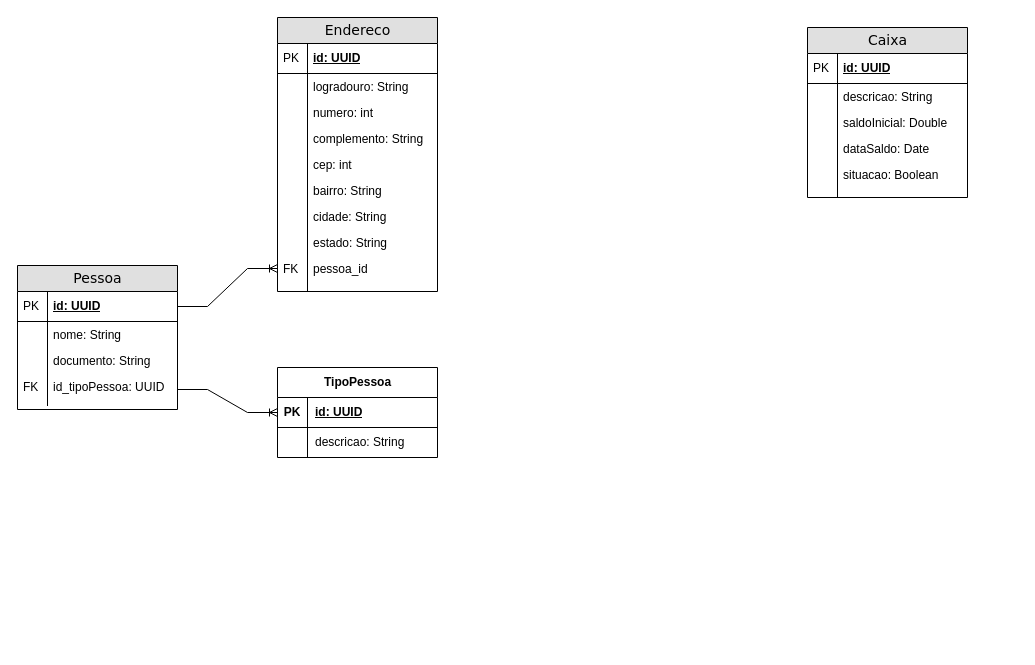
jeform/my-budget keeps this draw.io diagram as Diagrama sem nome.drawio. Above is the earlier version. Source tidied: cells renumbered, new cells numbered last; positions are measured from the earlier drawing's top-left corner, leaving out a move shared by most shapes. Both pictures are drawn from the tidied source at 100%, with x=0, y=0 at pixel (17, 17).
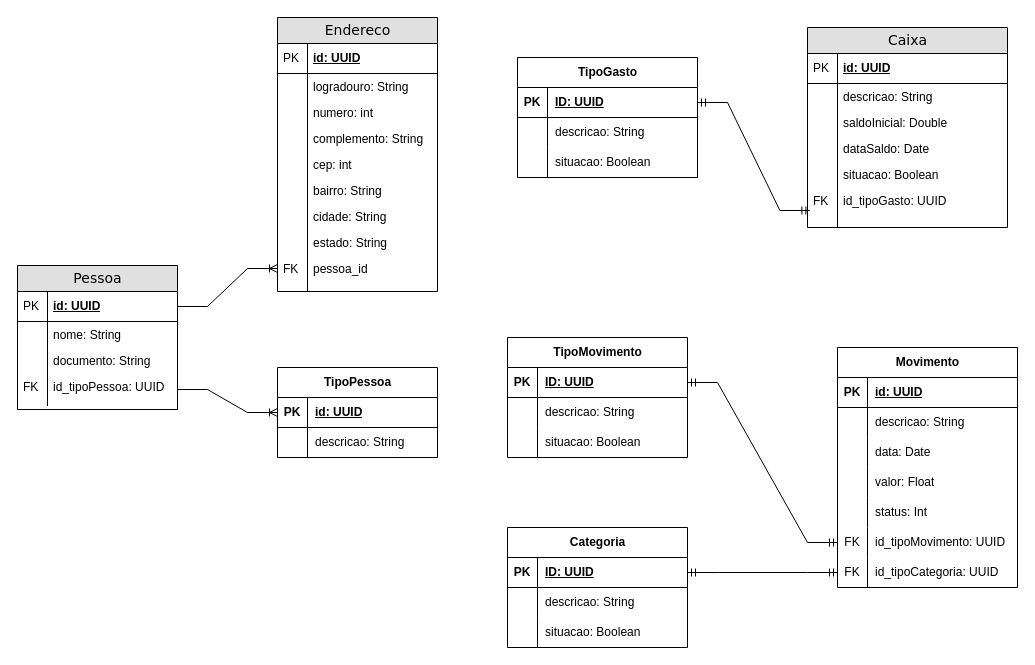
After the change.

What changed in the source:
```diff
@@
     <mxCell id="32" value="Caixa" style="swimlane;html=1;fontStyle=0;horizontal=1;startSize=26;fillColor=#e0e0e0;swimlaneFillColor=#ffffff;align=center;rounded=0;shadow=0;comic=0;labelBackgroundColor=none;strokeWidth=1;fontFamily=Verdana;fontSize=14;" parent="1" vertex="1">
-      <mxGeometry x="790" y="10" width="160" height="170" as="geometry" />
+      <mxGeometry x="790" y="10" width="200" height="200" as="geometry" />
     </mxCell>
     <mxCell id="33" value="id: UUID" style="shape=partialRectangle;top=0;left=0;right=0;bottom=1;html=1;align=left;verticalAlign=middle;fillColor=none;spacingLeft=34;spacingRight=4;whiteSpace=wrap;overflow=hidden;fontStyle=5;" parent="32" vertex="1">
-      <mxGeometry y="26" width="160" height="30" as="geometry" />
+      <mxGeometry y="26" width="200" height="30" as="geometry" />
     </mxCell>
@@
     <mxCell id="35" value="descricao: String" style="shape=partialRectangle;top=0;left=0;right=0;bottom=0;html=1;align=left;verticalAlign=top;fillColor=none;spacingLeft=34;spacingRight=4;whiteSpace=wrap;overflow=hidden;" parent="32" vertex="1">
-      <mxGeometry y="56" width="160" height="26" as="geometry" />
+      <mxGeometry y="56" width="200" height="26" as="geometry" />
     </mxCell>
@@
     <mxCell id="37" value="saldoInicial: Double" style="shape=partialRectangle;top=0;left=0;right=0;bottom=0;html=1;align=left;verticalAlign=top;fillColor=none;spacingLeft=34;spacingRight=4;whiteSpace=wrap;overflow=hidden;" parent="32" vertex="1">
-      <mxGeometry y="82" width="160" height="26" as="geometry" />
+      <mxGeometry y="82" width="200" height="26" as="geometry" />
     </mxCell>
@@
     <mxCell id="39" value="dataSaldo: Date" style="shape=partialRectangle;top=0;left=0;right=0;bottom=0;html=1;align=left;verticalAlign=top;fillColor=none;spacingLeft=34;spacingRight=4;whiteSpace=wrap;overflow=hidden;" parent="32" vertex="1">
-      <mxGeometry y="108" width="160" height="26" as="geometry" />
+      <mxGeometry y="108" width="200" height="26" as="geometry" />
     </mxCell>
@@
     <mxCell id="41" value="situacao: Boolean" style="shape=partialRectangle;top=0;left=0;right=0;bottom=0;html=1;align=left;verticalAlign=top;fillColor=none;spacingLeft=34;spacingRight=4;whiteSpace=wrap;overflow=hidden;" parent="32" vertex="1">
-      <mxGeometry y="134" width="160" height="26" as="geometry" />
+      <mxGeometry y="134" width="200" height="26" as="geometry" />
     </mxCell>
@@
-    <mxCell id="43" style="shape=partialRectangle;top=0;left=0;right=0;bottom=0;html=1;align=left;verticalAlign=top;fillColor=none;spacingLeft=34;spacingRight=4;whiteSpace=wrap;overflow=hidden;points=[[0,0.5],[1,0.5]];portConstraint=eastwest;" parent="32" vertex="1">
-      <mxGeometry y="160" width="160" height="10" as="geometry" />
+    <mxCell id="43" value="id_tipoGasto: UUID" style="shape=partialRectangle;top=0;left=0;right=0;bottom=0;html=1;align=left;verticalAlign=top;fillColor=none;spacingLeft=34;spacingRight=4;whiteSpace=wrap;overflow=hidden;points=[[0,0.5],[1,0.5]];portConstraint=eastwest;" parent="32" vertex="1">
+      <mxGeometry y="160" width="200" height="30" as="geometry" />
     </mxCell>
-    <mxCell id="44" style="shape=partialRectangle;top=0;left=0;bottom=0;html=1;fillColor=none;align=left;verticalAlign=top;spacingLeft=4;spacingRight=4;whiteSpace=wrap;overflow=hidden;" parent="43" vertex="1">
-      <mxGeometry width="30" height="10" as="geometry" />
+    <mxCell id="44" value="FK&lt;span style=&quot;white-space: pre;&quot;&gt;&#9;&lt;/span&gt;" style="shape=partialRectangle;top=0;left=0;bottom=0;html=1;fillColor=none;align=left;verticalAlign=top;spacingLeft=4;spacingRight=4;whiteSpace=wrap;overflow=hidden;" parent="43" vertex="1">
+      <mxGeometry width="30" height="30" as="geometry" />
     </mxCell>
+    <mxCell id="54" style="shape=partialRectangle;top=0;left=0;right=0;bottom=0;html=1;align=left;verticalAlign=top;fillColor=none;spacingLeft=34;spacingRight=4;whiteSpace=wrap;overflow=hidden;" parent="32" vertex="1">
+      <mxGeometry y="190" width="200" height="10" as="geometry" />
+    </mxCell>
+    <mxCell id="55" style="shape=partialRectangle;top=0;left=0;bottom=0;html=1;fillColor=none;align=left;verticalAlign=top;spacingLeft=4;spacingRight=4;whiteSpace=wrap;overflow=hidden;" parent="54" vertex="1">
+      <mxGeometry width="30" height="10" as="geometry" />
+    </mxCell>
@@
+    <mxCell id="56" value="TipoGasto" style="shape=table;startSize=30;childLayout=tableLayout;rowLines=0;fontStyle=1;align=center;html=1;" parent="1" vertex="1">
+      <mxGeometry x="500" y="40" width="180" height="120" as="geometry" />
+    </mxCell>
+    <mxCell id="57" style="shape=tableRow;horizontal=0;startSize=0;swimlaneHead=0;swimlaneBody=0;fillColor=none;points=[[0,0.5],[1,0.5]];portConstraint=eastwest;top=0;left=0;right=0;bottom=1;" parent="56" vertex="1">
+      <mxGeometry y="30" width="180" height="30" as="geometry" />
+    </mxCell>
+    <mxCell id="58" value="PK" style="shape=partialRectangle;fillColor=none;top=0;left=0;bottom=0;right=0;fontStyle=1;overflow=hidden;whiteSpace=wrap;html=1;" parent="57" vertex="1">
+      <mxGeometry width="30" height="30" as="geometry" />
+    </mxCell>
+    <mxCell id="59" value="ID: UUID" style="shape=partialRectangle;fillColor=none;top=0;left=0;bottom=0;right=0;align=left;spacingLeft=6;fontStyle=5;overflow=hidden;whiteSpace=wrap;html=1;" parent="57" vertex="1">
+      <mxGeometry x="30" width="150" height="30" as="geometry" />
+    </mxCell>
+    <mxCell id="60" style="shape=tableRow;horizontal=0;startSize=0;swimlaneHead=0;swimlaneBody=0;fillColor=none;top=0;left=0;right=0;bottom=0;" parent="56" vertex="1">
+      <mxGeometry y="60" width="180" height="30" as="geometry" />
+    </mxCell>
+    <mxCell id="61" style="shape=partialRectangle;fillColor=none;top=0;left=0;bottom=0;right=0;overflow=hidden;whiteSpace=wrap;html=1;" parent="60" vertex="1">
+      <mxGeometry width="30" height="30" as="geometry" />
+    </mxCell>
+    <mxCell id="62" value="descricao: String" style="shape=partialRectangle;fillColor=none;top=0;left=0;bottom=0;right=0;align=left;spacingLeft=6;overflow=hidden;whiteSpace=wrap;html=1;" parent="60" vertex="1">
+      <mxGeometry x="30" width="150" height="30" as="geometry" />
+    </mxCell>
+    <mxCell id="63" style="shape=tableRow;horizontal=0;startSize=0;swimlaneHead=0;swimlaneBody=0;fillColor=none;top=0;left=0;right=0;bottom=0;" parent="56" vertex="1">
+      <mxGeometry y="90" width="180" height="30" as="geometry" />
+    </mxCell>
+    <mxCell id="64" style="shape=partialRectangle;fillColor=none;top=0;left=0;bottom=0;right=0;overflow=hidden;whiteSpace=wrap;html=1;" parent="63" vertex="1">
+      <mxGeometry width="30" height="30" as="geometry" />
+    </mxCell>
+    <mxCell id="65" value="situacao: Boolean" style="shape=partialRectangle;fillColor=none;top=0;left=0;bottom=0;right=0;align=left;spacingLeft=6;overflow=hidden;whiteSpace=wrap;html=1;" parent="63" vertex="1">
+      <mxGeometry x="30" width="150" height="30" as="geometry" />
+    </mxCell>
+    <mxCell id="66" style="edgeStyle=entityRelationEdgeStyle;fontSize=12;html=1;endArrow=ERmandOne;startArrow=ERmandOne;rounded=0;entryX=0.012;entryY=0.767;entryDx=0;entryDy=0;entryPerimeter=0;" parent="1" edge="1" source="57" target="43">
+      <mxGeometry relative="1" as="geometry">
+        <Array as="points">
+          <mxPoint x="730" y="320" />
+          <mxPoint x="710" y="320" />
+          <mxPoint x="730" y="330" />
+        </Array>
+      </mxGeometry>
+    </mxCell>
+    <mxCell id="67" value="Movimento" style="shape=table;startSize=30;childLayout=tableLayout;rowLines=0;fontStyle=1;align=center;html=1;" parent="1" vertex="1">
+      <mxGeometry x="820" y="330" width="180" height="240" as="geometry" />
+    </mxCell>
+    <mxCell id="68" style="shape=tableRow;horizontal=0;startSize=0;swimlaneHead=0;swimlaneBody=0;fillColor=none;top=0;left=0;right=0;bottom=1;" parent="67" vertex="1">
+      <mxGeometry y="30" width="180" height="30" as="geometry" />
+    </mxCell>
+    <mxCell id="69" value="PK" style="shape=partialRectangle;fillColor=none;top=0;left=0;bottom=0;right=0;fontStyle=1;overflow=hidden;whiteSpace=wrap;html=1;" parent="68" vertex="1">
+      <mxGeometry width="30" height="30" as="geometry" />
+    </mxCell>
+    <mxCell id="70" value="id: UUID" style="shape=partialRectangle;fillColor=none;top=0;left=0;bottom=0;right=0;align=left;spacingLeft=6;fontStyle=5;overflow=hidden;whiteSpace=wrap;html=1;" parent="68" vertex="1">
+      <mxGeometry x="30" width="150" height="30" as="geometry" />
+    </mxCell>
+    <mxCell id="71" style="shape=tableRow;horizontal=0;startSize=0;swimlaneHead=0;swimlaneBody=0;fillColor=none;top=0;left=0;right=0;bottom=0;" parent="67" vertex="1">
+      <mxGeometry y="60" width="180" height="30" as="geometry" />
+    </mxCell>
+    <mxCell id="72" style="shape=partialRectangle;fillColor=none;top=0;left=0;bottom=0;right=0;overflow=hidden;whiteSpace=wrap;html=1;" parent="71" vertex="1">
+      <mxGeometry width="30" height="30" as="geometry" />
+    </mxCell>
+    <mxCell id="73" value="descricao: String" style="shape=partialRectangle;fillColor=none;top=0;left=0;bottom=0;right=0;align=left;spacingLeft=6;overflow=hidden;whiteSpace=wrap;html=1;" parent="71" vertex="1">
+      <mxGeometry x="30" width="150" height="30" as="geometry" />
+    </mxCell>
+    <mxCell id="74" style="shape=tableRow;horizontal=0;startSize=0;swimlaneHead=0;swimlaneBody=0;fillColor=none;top=0;left=0;right=0;bottom=0;" parent="67" vertex="1">
+      <mxGeometry y="90" width="180" height="30" as="geometry" />
+    </mxCell>
+    <mxCell id="75" style="shape=partialRectangle;fillColor=none;top=0;left=0;bottom=0;right=0;overflow=hidden;whiteSpace=wrap;html=1;" parent="74" vertex="1">
+      <mxGeometry width="30" height="30" as="geometry" />
+    </mxCell>
+    <mxCell id="76" value="data: Date" style="shape=partialRectangle;fillColor=none;top=0;left=0;bottom=0;right=0;align=left;spacingLeft=6;overflow=hidden;whiteSpace=wrap;html=1;" parent="74" vertex="1">
+      <mxGeometry x="30" width="150" height="30" as="geometry" />
+    </mxCell>
+    <mxCell id="77" style="shape=tableRow;horizontal=0;startSize=0;swimlaneHead=0;swimlaneBody=0;fillColor=none;top=0;left=0;right=0;bottom=0;" parent="67" vertex="1">
+      <mxGeometry y="120" width="180" height="30" as="geometry" />
+    </mxCell>
+    <mxCell id="78" style="shape=partialRectangle;fillColor=none;top=0;left=0;bottom=0;right=0;overflow=hidden;whiteSpace=wrap;html=1;" parent="77" vertex="1">
+      <mxGeometry width="30" height="30" as="geometry" />
+    </mxCell>
+    <mxCell id="79" value="valor: Float" style="shape=partialRectangle;fillColor=none;top=0;left=0;bottom=0;right=0;align=left;spacingLeft=6;overflow=hidden;whiteSpace=wrap;html=1;" parent="77" vertex="1">
+      <mxGeometry x="30" width="150" height="30" as="geometry" />
+    </mxCell>
+    <mxCell id="80" style="shape=tableRow;horizontal=0;startSize=0;swimlaneHead=0;swimlaneBody=0;fillColor=none;top=0;left=0;right=0;bottom=0;" parent="67" vertex="1">
+      <mxGeometry y="150" width="180" height="30" as="geometry" />
+    </mxCell>
+    <mxCell id="81" style="shape=partialRectangle;fillColor=none;top=0;left=0;bottom=0;right=0;overflow=hidden;whiteSpace=wrap;html=1;" parent="80" vertex="1">
+      <mxGeometry width="30" height="30" as="geometry" />
+    </mxCell>
+    <mxCell id="82" value="status: Int" style="shape=partialRectangle;fillColor=none;top=0;left=0;bottom=0;right=0;align=left;spacingLeft=6;overflow=hidden;whiteSpace=wrap;html=1;" parent="80" vertex="1">
+      <mxGeometry x="30" width="150" height="30" as="geometry" />
+    </mxCell>
+    <mxCell id="83" style="shape=tableRow;horizontal=0;startSize=0;swimlaneHead=0;swimlaneBody=0;fillColor=none;points=[[0,0.5],[1,0.5]];portConstraint=eastwest;top=0;left=0;right=0;bottom=0;" parent="67" vertex="1">
+      <mxGeometry y="180" width="180" height="30" as="geometry" />
+    </mxCell>
+    <mxCell id="84" value="FK" style="shape=partialRectangle;fillColor=none;top=0;left=0;bottom=0;right=0;overflow=hidden;whiteSpace=wrap;html=1;" parent="83" vertex="1">
+      <mxGeometry width="30" height="30" as="geometry" />
+    </mxCell>
+    <mxCell id="85" value="id_tipoMovimento: UUID" style="shape=partialRectangle;fillColor=none;top=0;left=0;bottom=0;right=0;align=left;spacingLeft=6;overflow=hidden;whiteSpace=wrap;html=1;" parent="83" vertex="1">
+      <mxGeometry x="30" width="150" height="30" as="geometry" />
+    </mxCell>
+    <mxCell id="86" style="shape=tableRow;horizontal=0;startSize=0;swimlaneHead=0;swimlaneBody=0;fillColor=none;points=[[0,0.5],[1,0.5]];portConstraint=eastwest;top=0;left=0;right=0;bottom=0;" parent="67" vertex="1">
+      <mxGeometry y="210" width="180" height="30" as="geometry" />
+    </mxCell>
+    <mxCell id="87" value="FK" style="shape=partialRectangle;fillColor=none;top=0;left=0;bottom=0;right=0;overflow=hidden;whiteSpace=wrap;html=1;" parent="86" vertex="1">
+      <mxGeometry width="30" height="30" as="geometry" />
+    </mxCell>
+    <mxCell id="88" value="id_tipoCategoria: UUID" style="shape=partialRectangle;fillColor=none;top=0;left=0;bottom=0;right=0;align=left;spacingLeft=6;overflow=hidden;whiteSpace=wrap;html=1;" parent="86" vertex="1">
+      <mxGeometry x="30" width="150" height="30" as="geometry" />
+    </mxCell>
+    <mxCell id="89" value="TipoMovimento" style="shape=table;startSize=30;childLayout=tableLayout;rowLines=0;fontStyle=1;align=center;html=1;" parent="1" vertex="1">
+      <mxGeometry x="490" y="320" width="180" height="120" as="geometry" />
+    </mxCell>
+    <mxCell id="90" style="shape=tableRow;horizontal=0;startSize=0;swimlaneHead=0;swimlaneBody=0;fillColor=none;points=[[0,0.5],[1,0.5]];portConstraint=eastwest;top=0;left=0;right=0;bottom=1;" parent="89" vertex="1">
+      <mxGeometry y="30" width="180" height="30" as="geometry" />
+    </mxCell>
+    <mxCell id="91" value="PK" style="shape=partialRectangle;fillColor=none;top=0;left=0;bottom=0;right=0;fontStyle=1;overflow=hidden;whiteSpace=wrap;html=1;" parent="90" vertex="1">
+      <mxGeometry width="30" height="30" as="geometry" />
+    </mxCell>
+    <mxCell id="92" value="ID: UUID" style="shape=partialRectangle;fillColor=none;top=0;left=0;bottom=0;right=0;align=left;spacingLeft=6;fontStyle=5;overflow=hidden;whiteSpace=wrap;html=1;" parent="90" vertex="1">
+      <mxGeometry x="30" width="150" height="30" as="geometry" />
+    </mxCell>
+    <mxCell id="93" style="shape=tableRow;horizontal=0;startSize=0;swimlaneHead=0;swimlaneBody=0;fillColor=none;top=0;left=0;right=0;bottom=0;" parent="89" vertex="1">
+      <mxGeometry y="60" width="180" height="30" as="geometry" />
+    </mxCell>
+    <mxCell id="94" style="shape=partialRectangle;fillColor=none;top=0;left=0;bottom=0;right=0;overflow=hidden;whiteSpace=wrap;html=1;" parent="93" vertex="1">
+      <mxGeometry width="30" height="30" as="geometry" />
+    </mxCell>
+    <mxCell id="95" value="descricao: String" style="shape=partialRectangle;fillColor=none;top=0;left=0;bottom=0;right=0;align=left;spacingLeft=6;overflow=hidden;whiteSpace=wrap;html=1;" parent="93" vertex="1">
+      <mxGeometry x="30" width="150" height="30" as="geometry" />
+    </mxCell>
+    <mxCell id="96" style="shape=tableRow;horizontal=0;startSize=0;swimlaneHead=0;swimlaneBody=0;fillColor=none;top=0;left=0;right=0;bottom=0;" parent="89" vertex="1">
+      <mxGeometry y="90" width="180" height="30" as="geometry" />
+    </mxCell>
+    <mxCell id="97" style="shape=partialRectangle;fillColor=none;top=0;left=0;bottom=0;right=0;overflow=hidden;whiteSpace=wrap;html=1;" parent="96" vertex="1">
+      <mxGeometry width="30" height="30" as="geometry" />
+    </mxCell>
+    <mxCell id="98" value="situacao: Boolean" style="shape=partialRectangle;fillColor=none;top=0;left=0;bottom=0;right=0;align=left;spacingLeft=6;overflow=hidden;whiteSpace=wrap;html=1;" parent="96" vertex="1">
+      <mxGeometry x="30" width="150" height="30" as="geometry" />
+    </mxCell>
+    <mxCell id="99" style="edgeStyle=entityRelationEdgeStyle;fontSize=12;html=1;endArrow=ERmandOne;startArrow=ERmandOne;rounded=0;" parent="1" edge="1" source="90" target="83">
+      <mxGeometry relative="1" as="geometry" />
+    </mxCell>
+    <mxCell id="100" value="Categoria" style="shape=table;startSize=30;childLayout=tableLayout;rowLines=0;fontStyle=1;align=center;html=1;" parent="1" vertex="1">
+      <mxGeometry x="490" y="510" width="180" height="120" as="geometry" />
+    </mxCell>
+    <mxCell id="101" style="shape=tableRow;horizontal=0;startSize=0;swimlaneHead=0;swimlaneBody=0;fillColor=none;points=[[0,0.5],[1,0.5]];portConstraint=eastwest;top=0;left=0;right=0;bottom=1;" parent="100" vertex="1">
+      <mxGeometry y="30" width="180" height="30" as="geometry" />
+    </mxCell>
+    <mxCell id="102" value="PK" style="shape=partialRectangle;fillColor=none;top=0;left=0;bottom=0;right=0;fontStyle=1;overflow=hidden;whiteSpace=wrap;html=1;" parent="101" vertex="1">
+      <mxGeometry width="30" height="30" as="geometry" />
+    </mxCell>
+    <mxCell id="103" value="ID: UUID" style="shape=partialRectangle;fillColor=none;top=0;left=0;bottom=0;right=0;align=left;spacingLeft=6;fontStyle=5;overflow=hidden;whiteSpace=wrap;html=1;" parent="101" vertex="1">
+      <mxGeometry x="30" width="150" height="30" as="geometry" />
+    </mxCell>
+    <mxCell id="104" style="shape=tableRow;horizontal=0;startSize=0;swimlaneHead=0;swimlaneBody=0;fillColor=none;top=0;left=0;right=0;bottom=0;" parent="100" vertex="1">
+      <mxGeometry y="60" width="180" height="30" as="geometry" />
+    </mxCell>
+    <mxCell id="105" style="shape=partialRectangle;fillColor=none;top=0;left=0;bottom=0;right=0;overflow=hidden;whiteSpace=wrap;html=1;" parent="104" vertex="1">
+      <mxGeometry width="30" height="30" as="geometry" />
+    </mxCell>
+    <mxCell id="106" value="descricao: String" style="shape=partialRectangle;fillColor=none;top=0;left=0;bottom=0;right=0;align=left;spacingLeft=6;overflow=hidden;whiteSpace=wrap;html=1;" parent="104" vertex="1">
+      <mxGeometry x="30" width="150" height="30" as="geometry" />
+    </mxCell>
+    <mxCell id="107" style="shape=tableRow;horizontal=0;startSize=0;swimlaneHead=0;swimlaneBody=0;fillColor=none;top=0;left=0;right=0;bottom=0;" parent="100" vertex="1">
+      <mxGeometry y="90" width="180" height="30" as="geometry" />
+    </mxCell>
+    <mxCell id="108" style="shape=partialRectangle;fillColor=none;top=0;left=0;bottom=0;right=0;overflow=hidden;whiteSpace=wrap;html=1;" parent="107" vertex="1">
+      <mxGeometry width="30" height="30" as="geometry" />
+    </mxCell>
+    <mxCell id="109" value="situacao: Boolean" style="shape=partialRectangle;fillColor=none;top=0;left=0;bottom=0;right=0;align=left;spacingLeft=6;overflow=hidden;whiteSpace=wrap;html=1;" parent="107" vertex="1">
+      <mxGeometry x="30" width="150" height="30" as="geometry" />
+    </mxCell>
+    <mxCell id="110" style="edgeStyle=entityRelationEdgeStyle;fontSize=12;html=1;endArrow=ERmandOne;startArrow=ERmandOne;rounded=0;" parent="1" edge="1" source="101" target="86">
+      <mxGeometry relative="1" as="geometry" />
+    </mxCell>
```
